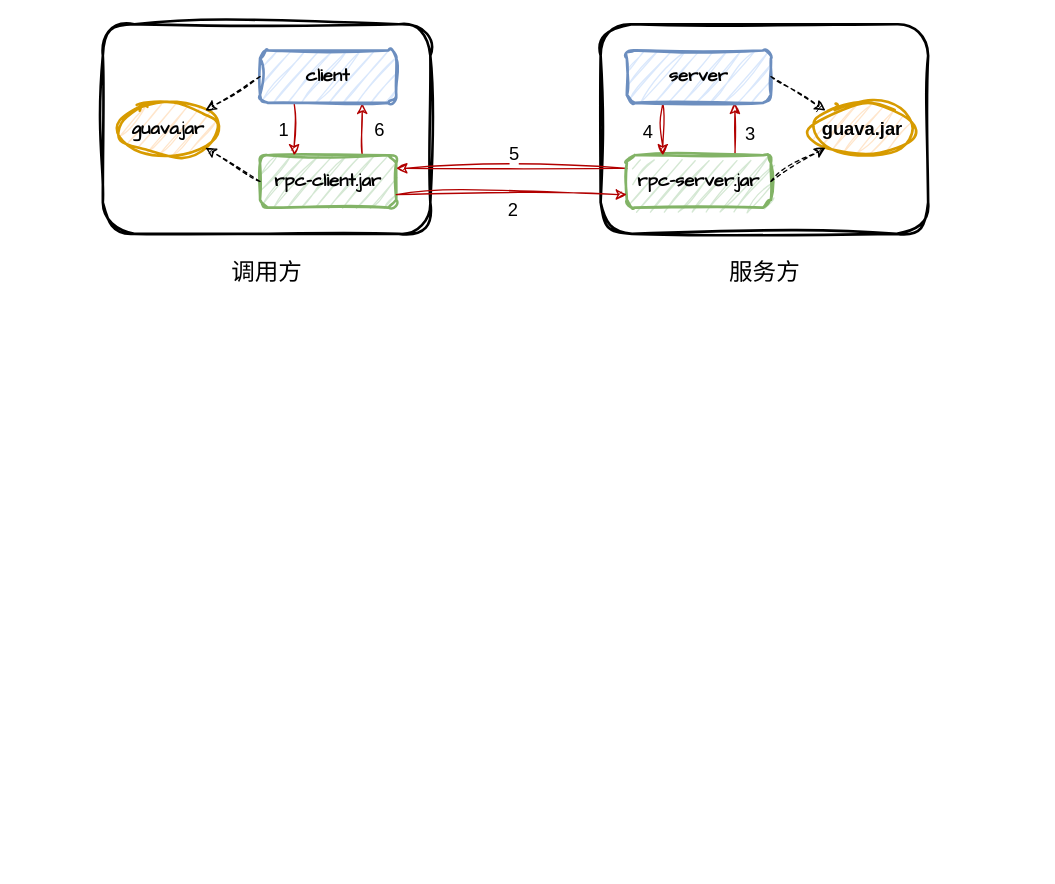
The draw.io diagram personal/duyunjie/服务治理.drawio in zhuanzhuan-tech/arch-draw-io, before the edit. Source tidied: cells renumbered, new cells numbered last; positions are measured from the earlier drawing's top-left corner, leaving out a move shared by most shapes. Both pictures are drawn from the tidied source at 131%, with x=0, y=0 at pixel (102, 24).
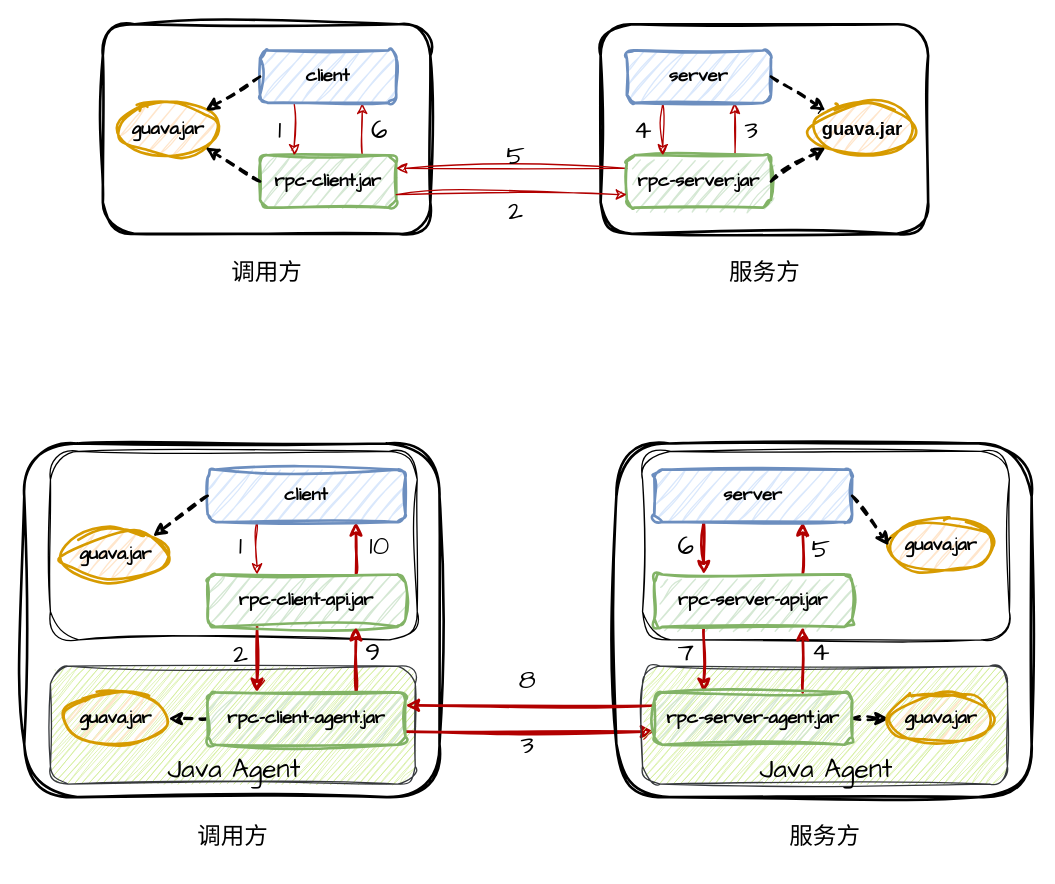
The same diagram, later.

Commit message (it also covers changes not shown here):
更新服务治理.drawio

Unchanged cells that the change refers to:
```xml
<mxCell id="4" value="&lt;font style=&quot;font-size: 14px;&quot;&gt;&lt;b&gt;rpc-client.jar&lt;/b&gt;&lt;/font&gt;" style="rounded=1;whiteSpace=wrap;html=1;fillColor=#d5e8d4;strokeColor=#82b366;sketch=1;curveFitting=1;jiggle=2;strokeWidth=2;fontFamily=Comic Sans MS;" parent="1" vertex="1">
  <mxGeometry x="120" y="100" width="104" height="40" as="geometry" />
</mxCell>
<mxCell id="5" value="&lt;font style=&quot;font-size: 14px;&quot;&gt;&lt;b&gt;guava.jar&lt;/b&gt;&lt;/font&gt;" style="ellipse;whiteSpace=wrap;html=1;fillColor=#ffe6cc;strokeColor=#d79b00;sketch=1;curveFitting=1;jiggle=2;strokeWidth=2;fontFamily=Comic Sans MS;" parent="1" vertex="1">
  <mxGeometry x="10" y="60" width="80" height="40" as="geometry" />
</mxCell>
<mxCell id="6" style="edgeStyle=orthogonalEdgeStyle;rounded=0;jettySize=auto;html=1;exitX=0.25;exitY=1;exitDx=0;exitDy=0;entryX=0.25;entryY=0;entryDx=0;entryDy=0;fillColor=#e51400;strokeColor=#B20000;sketch=1;curveFitting=1;jiggle=2;" parent="1" edge="1" source="8" target="4">
  <mxGeometry relative="1" as="geometry" />
</mxCell>
<mxCell id="8" value="&lt;font face=&quot;Comic Sans MS&quot; style=&quot;font-size: 14px;&quot;&gt;&lt;b&gt;client&lt;/b&gt;&lt;/font&gt;" style="rounded=1;whiteSpace=wrap;html=1;fillColor=#dae8fc;strokeColor=#6c8ebf;sketch=1;curveFitting=1;jiggle=2;strokeWidth=2;" parent="1" vertex="1">
  <mxGeometry x="120" y="20" width="104" height="40" as="geometry" />
</mxCell>
<mxCell id="13" value="&lt;font face=&quot;Comic Sans MS&quot; style=&quot;font-size: 14px;&quot;&gt;&lt;b&gt;rpc-server.jar&lt;/b&gt;&lt;/font&gt;" style="rounded=1;whiteSpace=wrap;html=1;fillColor=#d5e8d4;strokeColor=#82b366;sketch=1;curveFitting=1;jiggle=2;strokeWidth=2;" parent="1" vertex="1">
  <mxGeometry x="400" y="100" width="110" height="40" as="geometry" />
</mxCell>
<mxCell id="14" value="&lt;font style=&quot;font-size: 14px;&quot;&gt;&lt;b&gt;guava.jar&lt;/b&gt;&lt;/font&gt;" style="ellipse;whiteSpace=wrap;html=1;fillColor=#ffe6cc;strokeColor=#d79b00;sketch=1;curveFitting=1;jiggle=2;strokeWidth=2;" parent="1" vertex="1">
  <mxGeometry x="540" y="60" width="80" height="40" as="geometry" />
</mxCell>
<mxCell id="16" value="&lt;font face=&quot;Comic Sans MS&quot; style=&quot;font-size: 14px;&quot;&gt;&lt;b&gt;server&lt;/b&gt;&lt;/font&gt;" style="rounded=1;whiteSpace=wrap;html=1;fillColor=#dae8fc;strokeColor=#6c8ebf;sketch=1;curveFitting=1;jiggle=2;strokeWidth=2;" parent="1" vertex="1">
  <mxGeometry x="400" y="20" width="110" height="40" as="geometry" />
</mxCell>
<mxCell id="18" style="edgeStyle=orthogonalEdgeStyle;rounded=0;jettySize=auto;html=1;exitX=1;exitY=0.75;exitDx=0;exitDy=0;entryX=0;entryY=0.75;entryDx=0;entryDy=0;fillColor=#e51400;strokeColor=#B20000;sketch=1;curveFitting=1;jiggle=2;" parent="1" edge="1" source="4" target="13">
  <mxGeometry relative="1" as="geometry" />
</mxCell>
```

What changed in the source:
```diff
@@
+    <mxCell id="28" style="rounded=1;whiteSpace=wrap;html=1;sketch=1;curveFitting=1;jiggle=2;strokeWidth=2;fillColor=none;" parent="1" vertex="1">
+      <mxGeometry x="-60" y="320" width="317" height="270" as="geometry" />
+    </mxCell>
+    <mxCell id="29" style="rounded=1;whiteSpace=wrap;html=1;sketch=1;hachureGap=4;jiggle=2;curveFitting=1;fontFamily=Architects Daughter;fontSize=20;fillColor=#cdeb8b;strokeColor=#36393d;" parent="1" vertex="1">
+      <mxGeometry x="-40" y="490" width="278.5" height="90" as="geometry" />
+    </mxCell>
+    <mxCell id="30" style="rounded=1;whiteSpace=wrap;html=1;sketch=1;hachureGap=4;jiggle=2;curveFitting=1;fontFamily=Architects Daughter;fontSize=20;fillColor=none;" parent="1" vertex="1">
+      <mxGeometry x="-40" y="326" width="280" height="144" as="geometry" />
+    </mxCell>
@@
-    <mxCell id="7" value="&lt;font style=&quot;font-size: 14px;&quot;&gt;1&lt;/font&gt;" style="edgeLabel;html=1;align=center;verticalAlign=middle;sketch=1;curveFitting=1;jiggle=2;" parent="6" vertex="1">
-      <mxGeometry x="-0.1" y="1" relative="1" as="geometry">
-        <mxPoint x="-10" y="2" as="offset" />
-      </mxGeometry>
-    </mxCell>
@@
-    <mxCell id="19" value="&lt;font style=&quot;font-size: 14px;&quot;&gt;2&lt;/font&gt;" style="edgeLabel;html=1;align=center;verticalAlign=middle;sketch=1;curveFitting=1;jiggle=2;" parent="18" vertex="1">
-      <mxGeometry x="0.02" y="1" relative="1" as="geometry">
-        <mxPoint x="-2" y="12" as="offset" />
-      </mxGeometry>
-    </mxCell>
-    <mxCell id="20" style="endArrow=classic;html=1;rounded=0;exitX=0;exitY=0.5;exitDx=0;exitDy=0;entryX=1;entryY=0;entryDx=0;entryDy=0;dashed=1;sketch=1;curveFitting=1;jiggle=2;" parent="1" edge="1" source="8" target="5">
+    <mxCell id="20" style="endArrow=classic;html=1;rounded=0;exitX=0;exitY=0.5;exitDx=0;exitDy=0;entryX=1;entryY=0;entryDx=0;entryDy=0;dashed=1;sketch=1;curveFitting=1;jiggle=2;strokeWidth=2;" parent="1" edge="1" source="8" target="5">
       <mxGeometry relative="1" as="geometry" />
     </mxCell>
-    <mxCell id="21" style="endArrow=classic;html=1;rounded=0;exitX=0;exitY=0.5;exitDx=0;exitDy=0;dashed=1;entryX=1;entryY=1;entryDx=0;entryDy=0;sketch=1;curveFitting=1;jiggle=2;" parent="1" edge="1" source="4" target="5">
+    <mxCell id="21" style="endArrow=classic;html=1;rounded=0;exitX=0;exitY=0.5;exitDx=0;exitDy=0;dashed=1;entryX=1;entryY=1;entryDx=0;entryDy=0;sketch=1;curveFitting=1;jiggle=2;strokeWidth=2;" parent="1" edge="1" source="4" target="5">
       <mxGeometry relative="1" as="geometry" />
     </mxCell>
-    <mxCell id="22" style="endArrow=classic;html=1;rounded=0;dashed=1;exitX=1;exitY=0.5;exitDx=0;exitDy=0;entryX=0;entryY=0;entryDx=0;entryDy=0;sketch=1;curveFitting=1;jiggle=2;" parent="1" edge="1" source="16" target="14">
+    <mxCell id="22" style="endArrow=classic;html=1;rounded=0;dashed=1;exitX=1;exitY=0.5;exitDx=0;exitDy=0;entryX=0;entryY=0;entryDx=0;entryDy=0;sketch=1;curveFitting=1;jiggle=2;strokeWidth=2;" parent="1" edge="1" source="16" target="14">
       <mxGeometry relative="1" as="geometry" />
     </mxCell>
-    <mxCell id="23" style="endArrow=classic;html=1;rounded=0;dashed=1;exitX=1;exitY=0.5;exitDx=0;exitDy=0;entryX=0;entryY=1;entryDx=0;entryDy=0;sketch=1;curveFitting=1;jiggle=2;" parent="1" edge="1" source="13" target="14">
+    <mxCell id="23" style="endArrow=classic;html=1;rounded=0;dashed=1;exitX=1;exitY=0.5;exitDx=0;exitDy=0;entryX=0;entryY=1;entryDx=0;entryDy=0;sketch=1;curveFitting=1;jiggle=2;strokeWidth=2;" parent="1" edge="1" source="13" target="14">
       <mxGeometry relative="1" as="geometry" />
     </mxCell>
-    <mxCell id="24" value="&lt;font style=&quot;font-size: 14px;&quot;&gt;3&lt;/font&gt;" style="edgeLabel;html=1;align=center;verticalAlign=middle;sketch=1;curveFitting=1;jiggle=2;" parent="1" vertex="1">
-      <mxGeometry x="451" y="69" as="geometry">
-        <mxPoint x="42" y="14" as="offset" />
-      </mxGeometry>
-    </mxCell>
-    <mxCell id="25" value="&lt;font style=&quot;font-size: 14px;&quot;&gt;4&lt;/font&gt;" style="edgeLabel;html=1;align=center;verticalAlign=middle;sketch=1;curveFitting=1;jiggle=2;" parent="1" vertex="1">
-      <mxGeometry x="373" y="67" as="geometry">
-        <mxPoint x="42" y="14" as="offset" />
-      </mxGeometry>
-    </mxCell>
-    <mxCell id="26" value="&lt;font style=&quot;font-size: 14px;&quot;&gt;6&lt;/font&gt;" style="edgeLabel;html=1;align=center;verticalAlign=middle;sketch=1;curveFitting=1;jiggle=2;" parent="1" vertex="1">
-      <mxGeometry x="210" y="80" as="geometry" />
-    </mxCell>
-    <mxCell id="27" value="&lt;font style=&quot;font-size: 14px;&quot;&gt;5&lt;/font&gt;" style="edgeLabel;html=1;align=center;verticalAlign=middle;sketch=1;curveFitting=1;jiggle=2;" parent="1" vertex="1">
-      <mxGeometry x="315" y="100" as="geometry">
-        <mxPoint x="-2" y="-2" as="offset" />
-      </mxGeometry>
-    </mxCell>
+    <mxCell id="31" style="edgeStyle=orthogonalEdgeStyle;rounded=0;jettySize=auto;html=1;exitX=0.75;exitY=0;exitDx=0;exitDy=0;entryX=0.75;entryY=1;entryDx=0;entryDy=0;fillColor=#e51400;strokeColor=#B20000;sketch=1;curveFitting=1;jiggle=2;strokeWidth=2;" parent="1" edge="1" source="33" target="36">
+      <mxGeometry relative="1" as="geometry" />
+    </mxCell>
+    <mxCell id="32" style="edgeStyle=orthogonalEdgeStyle;rounded=0;sketch=1;hachureGap=4;jiggle=2;curveFitting=1;jettySize=auto;html=1;exitX=0.25;exitY=1;exitDx=0;exitDy=0;entryX=0.25;entryY=0;entryDx=0;entryDy=0;fontFamily=Architects Daughter;fontSize=16;fillColor=#e51400;strokeColor=#B20000;strokeWidth=2;" parent="1" edge="1" source="33" target="42">
+      <mxGeometry relative="1" as="geometry" />
+    </mxCell>
+    <mxCell id="33" value="&lt;font style=&quot;font-size: 14px;&quot;&gt;&lt;b&gt;rpc-client-api.jar&lt;/b&gt;&lt;/font&gt;" style="rounded=1;whiteSpace=wrap;html=1;fillColor=#d5e8d4;strokeColor=#82b366;sketch=1;curveFitting=1;jiggle=2;strokeWidth=2;fontFamily=Comic Sans MS;" parent="1" vertex="1">
+      <mxGeometry x="80" y="420" width="151" height="40" as="geometry" />
+    </mxCell>
+    <mxCell id="34" value="&lt;font style=&quot;font-size: 14px;&quot;&gt;&lt;b&gt;guava.jar&lt;/b&gt;&lt;/font&gt;" style="ellipse;whiteSpace=wrap;html=1;fillColor=#ffe6cc;strokeColor=#d79b00;sketch=1;curveFitting=1;jiggle=2;strokeWidth=2;fontFamily=Comic Sans MS;" parent="1" vertex="1">
+      <mxGeometry x="-30" y="385" width="80" height="40" as="geometry" />
+    </mxCell>
+    <mxCell id="35" style="edgeStyle=orthogonalEdgeStyle;rounded=0;jettySize=auto;html=1;exitX=0.25;exitY=1;exitDx=0;exitDy=0;entryX=0.25;entryY=0;entryDx=0;entryDy=0;fillColor=#e51400;strokeColor=#B20000;sketch=1;curveFitting=1;jiggle=2;" parent="1" edge="1" source="36" target="33">
+      <mxGeometry relative="1" as="geometry" />
+    </mxCell>
+    <mxCell id="36" value="&lt;font face=&quot;Comic Sans MS&quot; style=&quot;font-size: 14px;&quot;&gt;&lt;b&gt;client&lt;/b&gt;&lt;/font&gt;" style="rounded=1;whiteSpace=wrap;html=1;fillColor=#dae8fc;strokeColor=#6c8ebf;sketch=1;curveFitting=1;jiggle=2;strokeWidth=2;" parent="1" vertex="1">
+      <mxGeometry x="80" y="340" width="151" height="40" as="geometry" />
+    </mxCell>
+    <mxCell id="37" value="&lt;font face=&quot;Comic Sans MS&quot; style=&quot;font-size: 18px;&quot;&gt;调用方&lt;/font&gt;" style="text;html=1;align=center;verticalAlign=middle;strokeColor=none;fillColor=none;sketch=1;curveFitting=1;jiggle=2;" parent="1" vertex="1">
+      <mxGeometry x="58.5" y="600" width="80" height="40" as="geometry" />
+    </mxCell>
+    <mxCell id="38" style="endArrow=classic;html=1;rounded=0;exitX=0;exitY=0.5;exitDx=0;exitDy=0;entryX=1;entryY=0;entryDx=0;entryDy=0;dashed=1;sketch=1;curveFitting=1;jiggle=2;strokeWidth=2;" parent="1" edge="1" source="36" target="34">
+      <mxGeometry relative="1" as="geometry" />
+    </mxCell>
+    <mxCell id="39" style="edgeStyle=orthogonalEdgeStyle;rounded=0;sketch=1;hachureGap=4;jiggle=2;curveFitting=1;jettySize=auto;html=1;exitX=0;exitY=0.5;exitDx=0;exitDy=0;entryX=1;entryY=0.5;entryDx=0;entryDy=0;fontFamily=Architects Daughter;fontSize=16;dashed=1;strokeWidth=2;" parent="1" edge="1" source="42" target="43">
+      <mxGeometry relative="1" as="geometry" />
+    </mxCell>
+    <mxCell id="40" style="edgeStyle=orthogonalEdgeStyle;rounded=0;sketch=1;hachureGap=4;jiggle=2;curveFitting=1;jettySize=auto;html=1;exitX=1;exitY=0.75;exitDx=0;exitDy=0;fontFamily=Architects Daughter;fontSize=16;fillColor=#e51400;strokeColor=#B20000;strokeWidth=2;entryX=0;entryY=0.75;entryDx=0;entryDy=0;" parent="1" edge="1" source="42" target="66">
+      <mxGeometry relative="1" as="geometry" />
+    </mxCell>
+    <mxCell id="41" style="edgeStyle=orthogonalEdgeStyle;rounded=0;sketch=1;hachureGap=4;jiggle=2;curveFitting=1;jettySize=auto;html=1;exitX=0.75;exitY=0;exitDx=0;exitDy=0;entryX=0.75;entryY=1;entryDx=0;entryDy=0;fontFamily=Architects Daughter;fontSize=16;fillColor=#e51400;strokeColor=#B20000;strokeWidth=2;" parent="1" edge="1" source="42" target="33">
+      <mxGeometry relative="1" as="geometry" />
+    </mxCell>
+    <mxCell id="42" value="&lt;font style=&quot;font-size: 14px;&quot;&gt;&lt;b&gt;rpc-client-agent.jar&lt;/b&gt;&lt;/font&gt;" style="rounded=1;whiteSpace=wrap;html=1;fillColor=#d5e8d4;strokeColor=#82b366;sketch=1;curveFitting=1;jiggle=2;strokeWidth=2;fontFamily=Comic Sans MS;" parent="1" vertex="1">
+      <mxGeometry x="80" y="510" width="151" height="40" as="geometry" />
+    </mxCell>
+    <mxCell id="43" value="&lt;font style=&quot;font-size: 14px;&quot;&gt;&lt;b&gt;guava.jar&lt;/b&gt;&lt;/font&gt;" style="ellipse;whiteSpace=wrap;html=1;fillColor=#ffe6cc;strokeColor=#d79b00;sketch=1;curveFitting=1;jiggle=2;strokeWidth=2;fontFamily=Comic Sans MS;" parent="1" vertex="1">
+      <mxGeometry x="-30" y="510" width="80" height="40" as="geometry" />
+    </mxCell>
+    <mxCell id="44" value="2" style="text;html=1;align=center;verticalAlign=middle;strokeColor=none;fillColor=none;fontSize=20;fontFamily=Architects Daughter;strokeWidth=2;" parent="1" vertex="1">
+      <mxGeometry x="90" y="460" width="30" height="40" as="geometry" />
+    </mxCell>
+    <mxCell id="45" value="1" style="text;html=1;align=center;verticalAlign=middle;strokeColor=none;fillColor=none;fontSize=20;fontFamily=Architects Daughter;" parent="1" vertex="1">
+      <mxGeometry x="120" y="60" width="30" height="40" as="geometry" />
+    </mxCell>
+    <mxCell id="46" value="2" style="text;html=1;align=center;verticalAlign=middle;strokeColor=none;fillColor=none;fontSize=20;fontFamily=Architects Daughter;" parent="1" vertex="1">
+      <mxGeometry x="300" y="122" width="30" height="40" as="geometry" />
+    </mxCell>
+    <mxCell id="47" value="6" style="text;html=1;align=center;verticalAlign=middle;strokeColor=none;fillColor=none;fontSize=20;fontFamily=Architects Daughter;" parent="1" vertex="1">
+      <mxGeometry x="191" y="60" width="40" height="40" as="geometry" />
+    </mxCell>
+    <mxCell id="48" value="5" style="text;html=1;align=center;verticalAlign=middle;strokeColor=none;fillColor=none;fontSize=20;fontFamily=Architects Daughter;" parent="1" vertex="1">
+      <mxGeometry x="295" y="80" width="40" height="40" as="geometry" />
+    </mxCell>
+    <mxCell id="49" value="4" style="text;html=1;align=center;verticalAlign=middle;strokeColor=none;fillColor=none;fontSize=20;fontFamily=Architects Daughter;" parent="1" vertex="1">
+      <mxGeometry x="392" y="60" width="40" height="40" as="geometry" />
+    </mxCell>
+    <mxCell id="50" value="3" style="text;html=1;align=center;verticalAlign=middle;strokeColor=none;fillColor=none;fontSize=20;fontFamily=Architects Daughter;" parent="1" vertex="1">
+      <mxGeometry x="480" y="60" width="30" height="40" as="geometry" />
+    </mxCell>
+    <mxCell id="51" value="Java Agent" style="text;html=1;align=center;verticalAlign=middle;strokeColor=none;fillColor=none;fontSize=20;fontFamily=Architects Daughter;" parent="1" vertex="1">
+      <mxGeometry x="40" y="548" width="120" height="40" as="geometry" />
+    </mxCell>
+    <mxCell id="52" value="1" style="text;html=1;align=center;verticalAlign=middle;strokeColor=none;fillColor=none;fontSize=20;fontFamily=Architects Daughter;strokeWidth=2;" parent="1" vertex="1">
+      <mxGeometry x="90" y="378" width="30" height="40" as="geometry" />
+    </mxCell>
+    <mxCell id="53" style="rounded=1;whiteSpace=wrap;html=1;sketch=1;curveFitting=1;jiggle=2;strokeWidth=2;fillColor=none;direction=east;" parent="1" vertex="1">
+      <mxGeometry x="392" y="320" width="317" height="270" as="geometry" />
+    </mxCell>
+    <mxCell id="54" style="rounded=1;whiteSpace=wrap;html=1;sketch=1;hachureGap=4;jiggle=2;curveFitting=1;fontFamily=Architects Daughter;fontSize=20;fillColor=#cdeb8b;strokeColor=#36393d;direction=east;" parent="1" vertex="1">
+      <mxGeometry x="412" y="490" width="278.5" height="90" as="geometry" />
+    </mxCell>
+    <mxCell id="55" style="rounded=1;whiteSpace=wrap;html=1;sketch=1;hachureGap=4;jiggle=2;curveFitting=1;fontFamily=Architects Daughter;fontSize=20;fillColor=none;direction=east;" parent="1" vertex="1">
+      <mxGeometry x="412" y="326" width="280" height="144" as="geometry" />
+    </mxCell>
+    <mxCell id="56" style="edgeStyle=orthogonalEdgeStyle;rounded=0;jettySize=auto;html=1;exitX=0.75;exitY=0;exitDx=0;exitDy=0;entryX=0.75;entryY=1;entryDx=0;entryDy=0;fillColor=#e51400;strokeColor=#B20000;sketch=1;curveFitting=1;jiggle=2;strokeWidth=2;" parent="1" edge="1" source="58" target="61">
+      <mxGeometry relative="1" as="geometry" />
+    </mxCell>
+    <mxCell id="57" style="edgeStyle=orthogonalEdgeStyle;rounded=0;sketch=1;hachureGap=4;jiggle=2;curveFitting=1;jettySize=auto;html=1;exitX=0.25;exitY=1;exitDx=0;exitDy=0;entryX=0.25;entryY=0;entryDx=0;entryDy=0;fontFamily=Architects Daughter;fontSize=16;fillColor=#e51400;strokeColor=#B20000;strokeWidth=2;" parent="1" edge="1" source="58" target="66">
+      <mxGeometry relative="1" as="geometry" />
+    </mxCell>
+    <mxCell id="58" value="&lt;font style=&quot;font-size: 14px;&quot;&gt;&lt;b&gt;rpc-server-api.jar&lt;/b&gt;&lt;/font&gt;" style="rounded=1;whiteSpace=wrap;html=1;fillColor=#d5e8d4;strokeColor=#82b366;sketch=1;curveFitting=1;jiggle=2;strokeWidth=2;fontFamily=Comic Sans MS;direction=east;" parent="1" vertex="1">
+      <mxGeometry x="421" y="420" width="151" height="40" as="geometry" />
+    </mxCell>
+    <mxCell id="59" value="&lt;font style=&quot;font-size: 14px;&quot;&gt;&lt;b&gt;guava.jar&lt;/b&gt;&lt;/font&gt;" style="ellipse;whiteSpace=wrap;html=1;fillColor=#ffe6cc;strokeColor=#d79b00;sketch=1;curveFitting=1;jiggle=2;strokeWidth=2;fontFamily=Comic Sans MS;direction=east;" parent="1" vertex="1">
+      <mxGeometry x="600" y="378" width="80" height="40" as="geometry" />
+    </mxCell>
+    <mxCell id="60" style="edgeStyle=orthogonalEdgeStyle;rounded=0;jettySize=auto;html=1;exitX=0.25;exitY=1;exitDx=0;exitDy=0;entryX=0.25;entryY=0;entryDx=0;entryDy=0;fillColor=#e51400;strokeColor=#B20000;sketch=1;curveFitting=1;jiggle=2;strokeWidth=2;" parent="1" edge="1" source="61" target="58">
+      <mxGeometry relative="1" as="geometry" />
+    </mxCell>
+    <mxCell id="61" value="&lt;font face=&quot;Comic Sans MS&quot; style=&quot;font-size: 14px;&quot;&gt;&lt;b&gt;server&lt;/b&gt;&lt;/font&gt;" style="rounded=1;whiteSpace=wrap;html=1;fillColor=#dae8fc;strokeColor=#6c8ebf;sketch=1;curveFitting=1;jiggle=2;strokeWidth=2;direction=east;" parent="1" vertex="1">
+      <mxGeometry x="421" y="340" width="151" height="40" as="geometry" />
+    </mxCell>
+    <mxCell id="62" value="&lt;font face=&quot;Comic Sans MS&quot;&gt;&lt;span style=&quot;font-size: 18px;&quot;&gt;服务方&lt;/span&gt;&lt;/font&gt;" style="text;html=1;align=center;verticalAlign=middle;strokeColor=none;fillColor=none;sketch=1;curveFitting=1;jiggle=2;" parent="1" vertex="1">
+      <mxGeometry x="510.5" y="600" width="80" height="40" as="geometry" />
+    </mxCell>
+    <mxCell id="63" style="edgeStyle=orthogonalEdgeStyle;rounded=0;sketch=1;hachureGap=4;jiggle=2;curveFitting=1;jettySize=auto;html=1;exitX=1;exitY=0.5;exitDx=0;exitDy=0;entryX=0;entryY=0.5;entryDx=0;entryDy=0;fontFamily=Architects Daughter;fontSize=16;dashed=1;strokeWidth=2;" parent="1" edge="1" source="66" target="67">
+      <mxGeometry relative="1" as="geometry" />
+    </mxCell>
+    <mxCell id="64" style="edgeStyle=orthogonalEdgeStyle;rounded=0;sketch=1;hachureGap=4;jiggle=2;curveFitting=1;jettySize=auto;html=1;exitX=0.75;exitY=0;exitDx=0;exitDy=0;entryX=0.75;entryY=1;entryDx=0;entryDy=0;fontFamily=Architects Daughter;fontSize=16;fillColor=#e51400;strokeColor=#B20000;strokeWidth=2;" parent="1" edge="1" source="66" target="58">
+      <mxGeometry relative="1" as="geometry" />
+    </mxCell>
+    <mxCell id="65" style="edgeStyle=orthogonalEdgeStyle;rounded=0;sketch=1;hachureGap=4;jiggle=2;curveFitting=1;jettySize=auto;html=1;exitX=0;exitY=0.25;exitDx=0;exitDy=0;entryX=1;entryY=0.25;entryDx=0;entryDy=0;fontFamily=Architects Daughter;fontSize=16;strokeWidth=2;fillColor=#e51400;strokeColor=#B20000;" parent="1" edge="1" source="66" target="42">
+      <mxGeometry relative="1" as="geometry" />
+    </mxCell>
+    <mxCell id="66" value="&lt;font style=&quot;font-size: 14px;&quot;&gt;&lt;b&gt;rpc-server-agent.jar&lt;/b&gt;&lt;/font&gt;" style="rounded=1;whiteSpace=wrap;html=1;fillColor=#d5e8d4;strokeColor=#82b366;sketch=1;curveFitting=1;jiggle=2;strokeWidth=2;fontFamily=Comic Sans MS;direction=east;" parent="1" vertex="1">
+      <mxGeometry x="421" y="510" width="151" height="40" as="geometry" />
+    </mxCell>
+    <mxCell id="67" value="&lt;font style=&quot;font-size: 14px;&quot;&gt;&lt;b&gt;guava.jar&lt;/b&gt;&lt;/font&gt;" style="ellipse;whiteSpace=wrap;html=1;fillColor=#ffe6cc;strokeColor=#d79b00;sketch=1;curveFitting=1;jiggle=2;strokeWidth=2;fontFamily=Comic Sans MS;direction=east;" parent="1" vertex="1">
+      <mxGeometry x="600" y="510" width="80" height="40" as="geometry" />
+    </mxCell>
+    <mxCell id="68" value="Java Agent" style="text;html=1;align=center;verticalAlign=middle;strokeColor=none;fillColor=none;fontSize=20;fontFamily=Architects Daughter;" parent="1" vertex="1">
+      <mxGeometry x="492" y="548" width="120" height="40" as="geometry" />
+    </mxCell>
+    <mxCell id="69" value="10" style="text;html=1;align=center;verticalAlign=middle;strokeColor=none;fillColor=none;fontSize=20;fontFamily=Architects Daughter;" parent="1" vertex="1">
+      <mxGeometry x="191" y="378" width="40" height="40" as="geometry" />
+    </mxCell>
+    <mxCell id="70" value="9" style="text;html=1;align=center;verticalAlign=middle;strokeColor=none;fillColor=none;fontSize=20;fontFamily=Architects Daughter;" parent="1" vertex="1">
+      <mxGeometry x="191" y="459" width="30" height="40" as="geometry" />
+    </mxCell>
+    <mxCell id="71" value="8" style="text;html=1;align=center;verticalAlign=middle;strokeColor=none;fillColor=none;fontSize=20;fontFamily=Architects Daughter;" parent="1" vertex="1">
+      <mxGeometry x="303.5" y="480" width="40" height="40" as="geometry" />
+    </mxCell>
+    <mxCell id="72" value="7" style="text;html=1;align=center;verticalAlign=middle;strokeColor=none;fillColor=none;fontSize=20;fontFamily=Architects Daughter;" parent="1" vertex="1">
+      <mxGeometry x="425" y="459" width="40" height="40" as="geometry" />
+    </mxCell>
+    <mxCell id="73" value="6" style="text;html=1;align=center;verticalAlign=middle;strokeColor=none;fillColor=none;fontSize=20;fontFamily=Architects Daughter;" parent="1" vertex="1">
+      <mxGeometry x="425" y="378" width="40" height="40" as="geometry" />
+    </mxCell>
+    <mxCell id="74" value="5" style="text;html=1;align=center;verticalAlign=middle;strokeColor=none;fillColor=none;fontSize=20;fontFamily=Architects Daughter;" parent="1" vertex="1">
+      <mxGeometry x="528" y="380" width="40" height="40" as="geometry" />
+    </mxCell>
+    <mxCell id="75" value="4" style="text;html=1;align=center;verticalAlign=middle;strokeColor=none;fillColor=none;fontSize=20;fontFamily=Architects Daughter;" parent="1" vertex="1">
+      <mxGeometry x="528" y="459" width="40" height="40" as="geometry" />
+    </mxCell>
+    <mxCell id="76" value="3" style="text;html=1;align=center;verticalAlign=middle;strokeColor=none;fillColor=none;fontSize=20;fontFamily=Architects Daughter;" parent="1" vertex="1">
+      <mxGeometry x="308.5" y="530" width="30" height="40" as="geometry" />
+    </mxCell>
+    <mxCell id="77" style="endArrow=classic;html=1;rounded=0;exitX=1;exitY=0.5;exitDx=0;exitDy=0;entryX=0;entryY=0.5;entryDx=0;entryDy=0;dashed=1;sketch=1;curveFitting=1;jiggle=2;strokeWidth=2;" parent="1" edge="1" source="61" target="59">
+      <mxGeometry relative="1" as="geometry" />
+    </mxCell>
```
